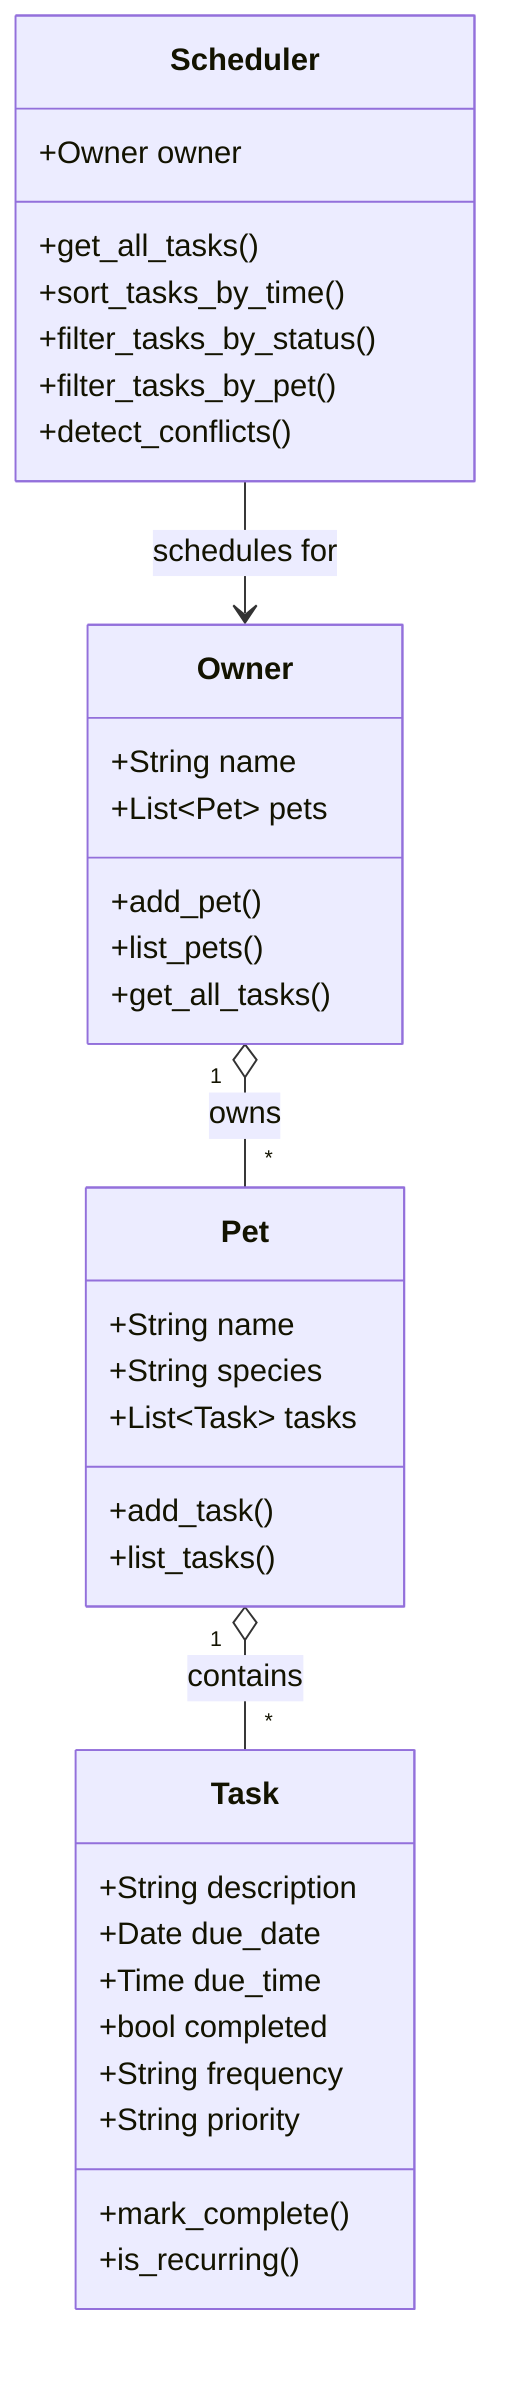
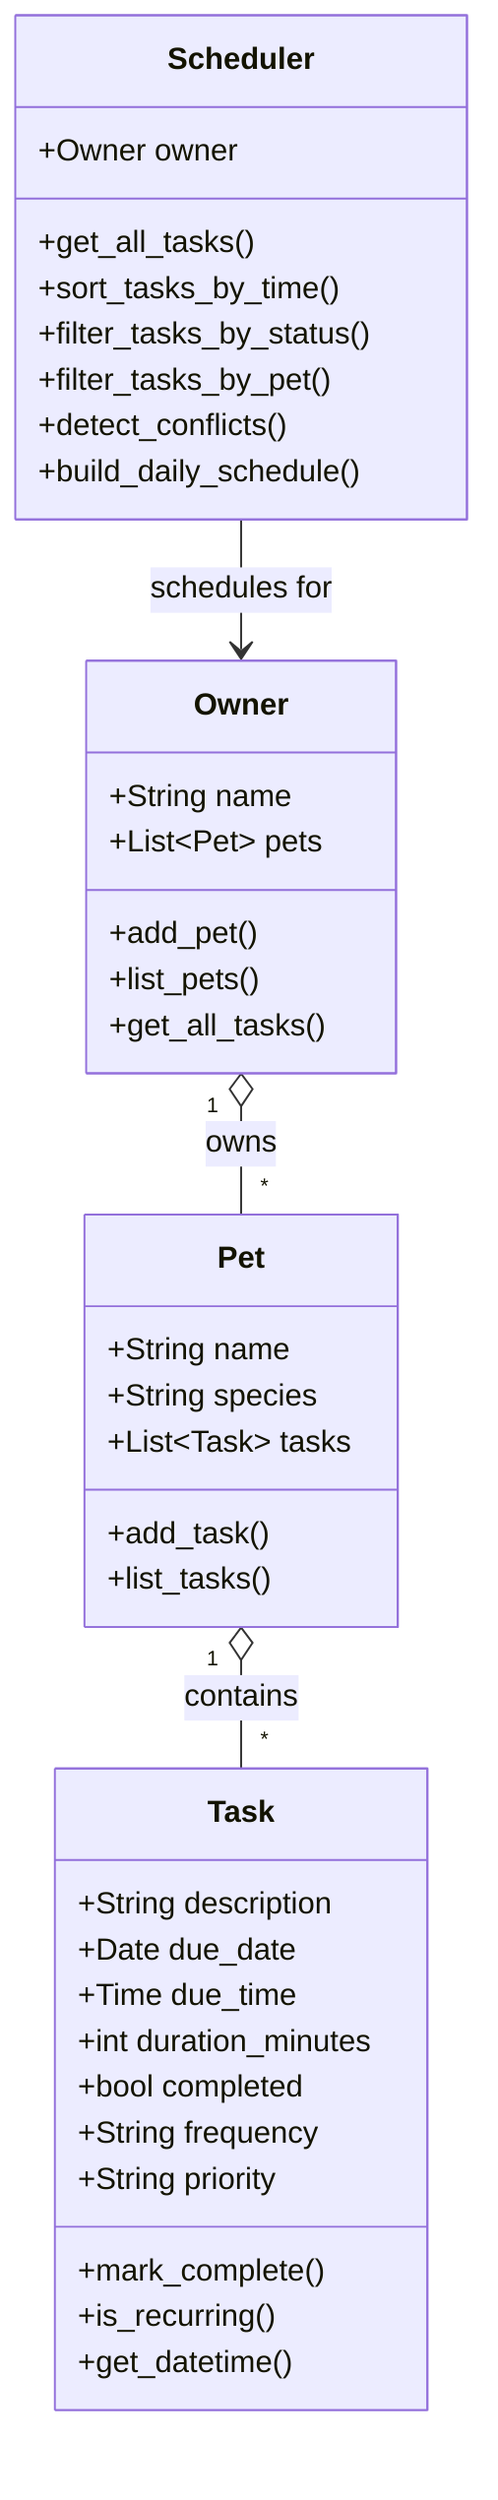
classDiagram
    class Owner {
        +String name
        +List~Pet~ pets
        +add_pet()
        +list_pets()
        +get_all_tasks()
    }
    class Pet {
        +String name
        +String species
        +List~Task~ tasks
        +add_task()
        +list_tasks()
    }
    class Task {
        +String description
        +Date due_date
        +Time due_time
+         +int duration_minutes
        +bool completed
        +String frequency
        +String priority
        +mark_complete()
        +is_recurring()
+         +get_datetime()
    }
    class Scheduler {
        +Owner owner
        +get_all_tasks()
        +sort_tasks_by_time()
        +filter_tasks_by_status()
        +filter_tasks_by_pet()
        +detect_conflicts()
+         +build_daily_schedule()
    }

    Owner "1" o-- "*" Pet : owns
    Pet "1" o-- "*" Task : contains
    Scheduler --> Owner : schedules for